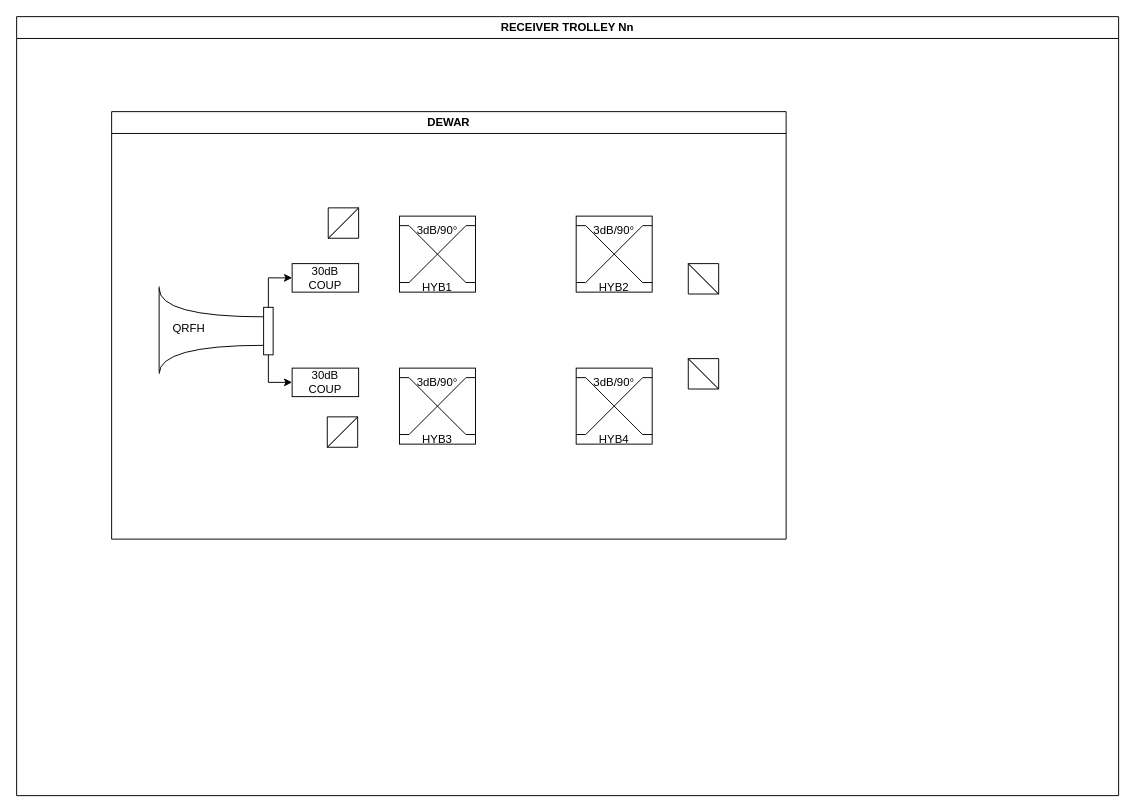
Above: vlbi_2_Nn_v02.drawio in faksdal/vlbi (draw.io), before the change. Source tidied: cells renumbered, new cells numbered last; positions are measured from the earlier drawing's top-left corner, leaving out a move shared by most shapes. Both pictures are drawn from the tidied source at 95%, with x=0, y=0 at pixel (16, 16).
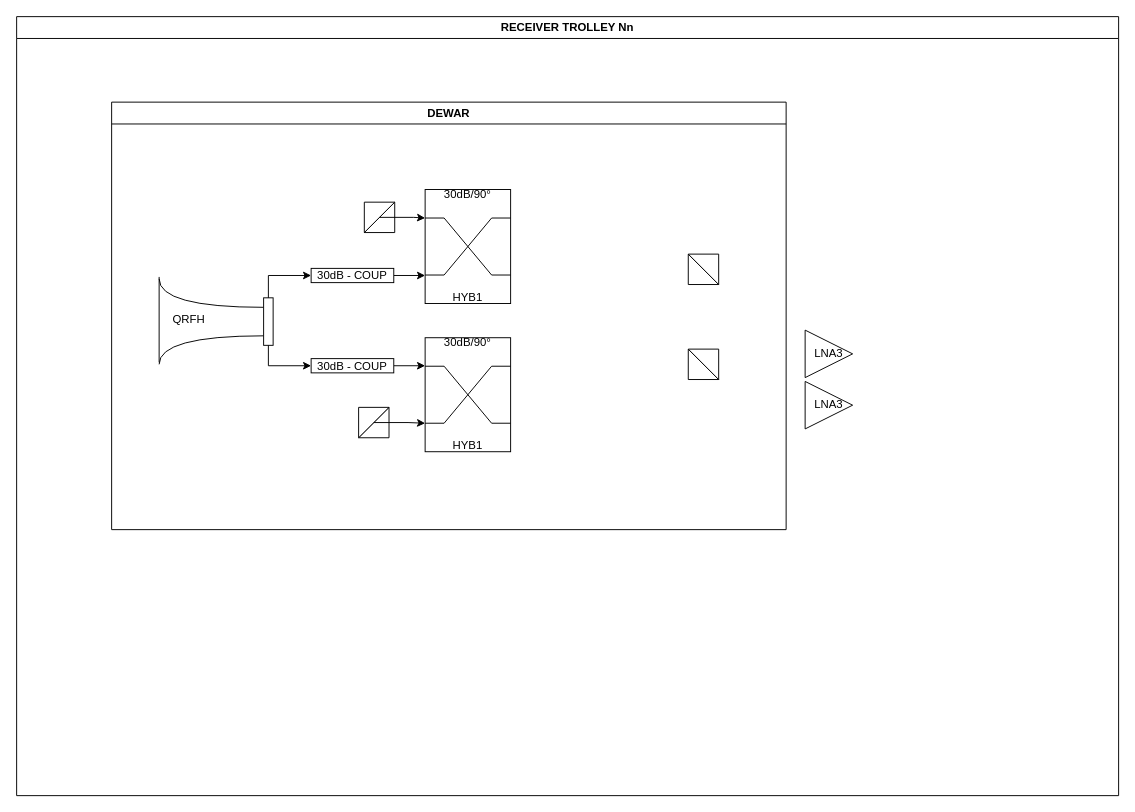
The same page after the edit.

Unchanged cells that the change refers to:
```xml
<mxCell id="2" value="RECEIVER TROLLEY Nn" style="swimlane;whiteSpace=wrap;html=1;" parent="1" vertex="1">
  <mxGeometry width="1160" height="820" as="geometry" />
</mxCell>
<mxCell id="7" style="rounded=0;whiteSpace=wrap;html=1;" parent="4" vertex="1">
  <mxGeometry x="110" y="22" width="10" height="50" as="geometry" />
</mxCell>
<mxCell id="56" style="verticalLabelPosition=bottom;verticalAlign=top;html=1;shape=mxgraph.basic.orthogonal_triangle;flipH=1;flipV=1;rotation=-90;fillStyle=solid;fillColor=light-dark(#FFFFFF,#000000);" parent="54" vertex="1">
  <mxGeometry y="-18.7" width="32" height="32" as="geometry" />
</mxCell>
<mxCell id="59" style="verticalLabelPosition=bottom;verticalAlign=top;html=1;shape=mxgraph.basic.orthogonal_triangle;flipH=1;flipV=1;rotation=-90;fillStyle=solid;fillColor=light-dark(#FFFFFF,#000000);" parent="57" vertex="1">
  <mxGeometry y="-18.7" width="32" height="32" as="geometry" />
</mxCell>
```

Change to the diagram source:
```diff
@@
     <mxCell id="3" value="DEWAR" style="swimlane;whiteSpace=wrap;html=1;" parent="2" vertex="1">
-      <mxGeometry x="100" y="100" width="710" height="450" as="geometry" />
+      <mxGeometry x="100" y="90" width="710" height="450" as="geometry" />
     </mxCell>
@@
-    <mxCell id="10" style="group;" parent="3" vertex="1">
-      <mxGeometry x="303" y="110" width="80" height="90" as="geometry" />
-    </mxCell>
-    <mxCell id="11" style="whiteSpace=wrap;html=1;" parent="10" vertex="1">
-      <mxGeometry width="80" height="80" as="geometry" />
-    </mxCell>
-    <mxCell id="12" style="endArrow=none;html=1;rounded=0;" parent="10" edge="1">
-      <mxGeometry relative="1" as="geometry">
-        <mxPoint y="10" as="sourcePoint" />
-        <mxPoint x="10" y="10" as="targetPoint" />
-      </mxGeometry>
-    </mxCell>
-    <mxCell id="13" style="endArrow=none;html=1;rounded=0;" parent="10" edge="1">
-      <mxGeometry relative="1" as="geometry">
-        <mxPoint x="70" y="69.9" as="sourcePoint" />
-        <mxPoint x="80" y="69.9" as="targetPoint" />
-      </mxGeometry>
-    </mxCell>
-    <mxCell id="14" style="endArrow=none;html=1;rounded=0;" parent="10" edge="1">
-      <mxGeometry relative="1" as="geometry">
-        <mxPoint x="70" y="70" as="sourcePoint" />
-        <mxPoint x="10" y="10" as="targetPoint" />
-      </mxGeometry>
-    </mxCell>
-    <mxCell id="15" style="endArrow=none;html=1;rounded=0;" parent="10" edge="1">
-      <mxGeometry relative="1" as="geometry">
-        <mxPoint x="80" y="10" as="sourcePoint" />
-        <mxPoint x="70" y="10" as="targetPoint" />
-      </mxGeometry>
-    </mxCell>
-    <mxCell id="16" style="endArrow=none;html=1;rounded=0;" parent="10" edge="1">
-      <mxGeometry relative="1" as="geometry">
-        <mxPoint x="10" y="69.9" as="sourcePoint" />
-        <mxPoint y="69.9" as="targetPoint" />
-      </mxGeometry>
-    </mxCell>
-    <mxCell id="17" style="endArrow=none;html=1;rounded=0;" parent="10" edge="1">
-      <mxGeometry relative="1" as="geometry">
-        <mxPoint x="10" y="70" as="sourcePoint" />
-        <mxPoint x="70" y="10" as="targetPoint" />
-      </mxGeometry>
-    </mxCell>
-    <mxCell id="18" value="HYB1" style="text;html=1;align=center;verticalAlign=middle;whiteSpace=wrap;rounded=0;" parent="10" vertex="1">
-      <mxGeometry x="10" y="60" width="60" height="30" as="geometry" />
-    </mxCell>
-    <mxCell id="19" value="3dB/90°" style="text;html=1;align=center;verticalAlign=middle;whiteSpace=wrap;rounded=0;" parent="10" vertex="1">
-      <mxGeometry x="10" width="60" height="30" as="geometry" />
-    </mxCell>
-    <mxCell id="20" style="group;" parent="3" vertex="1">
-      <mxGeometry x="489" y="110" width="80" height="90" as="geometry" />
-    </mxCell>
-    <mxCell id="21" style="whiteSpace=wrap;html=1;" parent="20" vertex="1">
-      <mxGeometry width="80" height="80" as="geometry" />
-    </mxCell>
-    <mxCell id="22" style="endArrow=none;html=1;rounded=0;" parent="20" edge="1">
-      <mxGeometry relative="1" as="geometry">
-        <mxPoint y="10" as="sourcePoint" />
-        <mxPoint x="10" y="10" as="targetPoint" />
-      </mxGeometry>
-    </mxCell>
-    <mxCell id="23" style="endArrow=none;html=1;rounded=0;" parent="20" edge="1">
-      <mxGeometry relative="1" as="geometry">
-        <mxPoint x="70" y="69.9" as="sourcePoint" />
-        <mxPoint x="80" y="69.9" as="targetPoint" />
-      </mxGeometry>
-    </mxCell>
-    <mxCell id="24" style="endArrow=none;html=1;rounded=0;" parent="20" edge="1">
-      <mxGeometry relative="1" as="geometry">
-        <mxPoint x="70" y="70" as="sourcePoint" />
-        <mxPoint x="10" y="10" as="targetPoint" />
-      </mxGeometry>
-    </mxCell>
-    <mxCell id="25" style="endArrow=none;html=1;rounded=0;" parent="20" edge="1">
-      <mxGeometry relative="1" as="geometry">
-        <mxPoint x="80" y="10" as="sourcePoint" />
-        <mxPoint x="70" y="10" as="targetPoint" />
-      </mxGeometry>
-    </mxCell>
-    <mxCell id="26" style="endArrow=none;html=1;rounded=0;" parent="20" edge="1">
-      <mxGeometry relative="1" as="geometry">
-        <mxPoint x="10" y="69.9" as="sourcePoint" />
-        <mxPoint y="69.9" as="targetPoint" />
-      </mxGeometry>
-    </mxCell>
-    <mxCell id="27" style="endArrow=none;html=1;rounded=0;" parent="20" edge="1">
-      <mxGeometry relative="1" as="geometry">
-        <mxPoint x="10" y="70" as="sourcePoint" />
-        <mxPoint x="70" y="10" as="targetPoint" />
-      </mxGeometry>
-    </mxCell>
-    <mxCell id="28" value="HYB2" style="text;html=1;align=center;verticalAlign=middle;whiteSpace=wrap;rounded=0;" parent="20" vertex="1">
-      <mxGeometry x="10" y="60" width="60" height="30" as="geometry" />
-    </mxCell>
-    <mxCell id="29" value="3dB/90°" style="text;html=1;align=center;verticalAlign=middle;whiteSpace=wrap;rounded=0;" parent="20" vertex="1">
-      <mxGeometry x="10" width="60" height="30" as="geometry" />
-    </mxCell>
-    <mxCell id="30" style="group;" parent="3" vertex="1">
-      <mxGeometry x="489" y="270" width="80" height="90" as="geometry" />
-    </mxCell>
-    <mxCell id="31" style="whiteSpace=wrap;html=1;" parent="30" vertex="1">
-      <mxGeometry width="80" height="80" as="geometry" />
-    </mxCell>
-    <mxCell id="32" style="endArrow=none;html=1;rounded=0;" parent="30" edge="1">
-      <mxGeometry relative="1" as="geometry">
-        <mxPoint y="10" as="sourcePoint" />
-        <mxPoint x="10" y="10" as="targetPoint" />
-      </mxGeometry>
-    </mxCell>
-    <mxCell id="33" style="endArrow=none;html=1;rounded=0;" parent="30" edge="1">
-      <mxGeometry relative="1" as="geometry">
-        <mxPoint x="70" y="69.9" as="sourcePoint" />
-        <mxPoint x="80" y="69.9" as="targetPoint" />
-      </mxGeometry>
-    </mxCell>
-    <mxCell id="34" style="endArrow=none;html=1;rounded=0;" parent="30" edge="1">
-      <mxGeometry relative="1" as="geometry">
-        <mxPoint x="70" y="70" as="sourcePoint" />
-        <mxPoint x="10" y="10" as="targetPoint" />
-      </mxGeometry>
-    </mxCell>
-    <mxCell id="35" style="endArrow=none;html=1;rounded=0;" parent="30" edge="1">
-      <mxGeometry relative="1" as="geometry">
-        <mxPoint x="80" y="10" as="sourcePoint" />
-        <mxPoint x="70" y="10" as="targetPoint" />
-      </mxGeometry>
-    </mxCell>
-    <mxCell id="36" style="endArrow=none;html=1;rounded=0;" parent="30" edge="1">
-      <mxGeometry relative="1" as="geometry">
-        <mxPoint x="10" y="69.9" as="sourcePoint" />
-        <mxPoint y="69.9" as="targetPoint" />
-      </mxGeometry>
-    </mxCell>
-    <mxCell id="37" style="endArrow=none;html=1;rounded=0;" parent="30" edge="1">
-      <mxGeometry relative="1" as="geometry">
-        <mxPoint x="10" y="70" as="sourcePoint" />
-        <mxPoint x="70" y="10" as="targetPoint" />
-      </mxGeometry>
-    </mxCell>
-    <mxCell id="38" value="HYB4" style="text;html=1;align=center;verticalAlign=middle;whiteSpace=wrap;rounded=0;" parent="30" vertex="1">
-      <mxGeometry x="10" y="60" width="60" height="30" as="geometry" />
-    </mxCell>
-    <mxCell id="39" value="3dB/90°" style="text;html=1;align=center;verticalAlign=middle;whiteSpace=wrap;rounded=0;" parent="30" vertex="1">
-      <mxGeometry x="10" width="60" height="30" as="geometry" />
-    </mxCell>
-    <mxCell id="40" style="group;" parent="3" vertex="1">
-      <mxGeometry x="303" y="270" width="80" height="90" as="geometry" />
-    </mxCell>
-    <mxCell id="41" style="whiteSpace=wrap;html=1;" parent="40" vertex="1">
-      <mxGeometry width="80" height="80" as="geometry" />
-    </mxCell>
-    <mxCell id="42" style="endArrow=none;html=1;rounded=0;" parent="40" edge="1">
-      <mxGeometry relative="1" as="geometry">
-        <mxPoint y="10" as="sourcePoint" />
-        <mxPoint x="10" y="10" as="targetPoint" />
-      </mxGeometry>
-    </mxCell>
-    <mxCell id="43" style="endArrow=none;html=1;rounded=0;" parent="40" edge="1">
-      <mxGeometry relative="1" as="geometry">
-        <mxPoint x="70" y="69.9" as="sourcePoint" />
-        <mxPoint x="80" y="69.9" as="targetPoint" />
-      </mxGeometry>
-    </mxCell>
-    <mxCell id="44" style="endArrow=none;html=1;rounded=0;" parent="40" edge="1">
-      <mxGeometry relative="1" as="geometry">
-        <mxPoint x="70" y="70" as="sourcePoint" />
-        <mxPoint x="10" y="10" as="targetPoint" />
-      </mxGeometry>
-    </mxCell>
-    <mxCell id="45" style="endArrow=none;html=1;rounded=0;" parent="40" edge="1">
-      <mxGeometry relative="1" as="geometry">
-        <mxPoint x="80" y="10" as="sourcePoint" />
-        <mxPoint x="70" y="10" as="targetPoint" />
-      </mxGeometry>
-    </mxCell>
-    <mxCell id="46" style="endArrow=none;html=1;rounded=0;" parent="40" edge="1">
-      <mxGeometry relative="1" as="geometry">
-        <mxPoint x="10" y="69.9" as="sourcePoint" />
-        <mxPoint y="69.9" as="targetPoint" />
-      </mxGeometry>
-    </mxCell>
-    <mxCell id="47" style="endArrow=none;html=1;rounded=0;" parent="40" edge="1">
-      <mxGeometry relative="1" as="geometry">
-        <mxPoint x="10" y="70" as="sourcePoint" />
-        <mxPoint x="70" y="10" as="targetPoint" />
-      </mxGeometry>
-    </mxCell>
-    <mxCell id="48" value="HYB3" style="text;html=1;align=center;verticalAlign=middle;whiteSpace=wrap;rounded=0;" parent="40" vertex="1">
-      <mxGeometry x="10" y="60" width="60" height="30" as="geometry" />
-    </mxCell>
-    <mxCell id="49" value="3dB/90°" style="text;html=1;align=center;verticalAlign=middle;whiteSpace=wrap;rounded=0;" parent="40" vertex="1">
-      <mxGeometry x="10" width="60" height="30" as="geometry" />
-    </mxCell>
+    <mxCell id="66" style="edgeStyle=orthogonalEdgeStyle;rounded=0;jettySize=auto;html=1;exitX=1;exitY=0.5;exitDx=0;exitDy=0;entryX=0;entryY=0.75;entryDx=0;entryDy=0;" parent="3" edge="1" source="50" target="70">
+      <mxGeometry relative="1" as="geometry" />
+    </mxCell>
-    <mxCell id="50" value="&lt;div&gt;30dB&lt;/div&gt;&lt;div&gt;COUP&lt;/div&gt;" style="rounded=0;whiteSpace=wrap;html=1;" parent="3" vertex="1">
-      <mxGeometry x="190" y="160" width="70" height="30" as="geometry" />
+    <mxCell id="50" value="&lt;div&gt;30dB - COUP&lt;/div&gt;" style="rounded=0;whiteSpace=wrap;html=1;" parent="3" vertex="1">
+      <mxGeometry x="210" y="175" width="87" height="15" as="geometry" />
     </mxCell>
-    <mxCell id="51" value="&lt;div&gt;30dB&lt;/div&gt;&lt;div&gt;COUP&lt;/div&gt;" style="rounded=0;whiteSpace=wrap;html=1;" parent="3" vertex="1">
-      <mxGeometry x="190" y="270" width="70" height="30" as="geometry" />
-    </mxCell>
-    <mxCell id="52" style="edgeStyle=orthogonalEdgeStyle;rounded=0;jettySize=auto;html=1;exitX=0.5;exitY=0;exitDx=0;exitDy=0;entryX=0;entryY=0.5;entryDx=0;entryDy=0;" parent="3" edge="1" source="7" target="50">
-      <mxGeometry relative="1" as="geometry">
-        <Array as="points">
-          <mxPoint x="165" y="175" />
-        </Array>
-      </mxGeometry>
-    </mxCell>
-    <mxCell id="53" style="edgeStyle=orthogonalEdgeStyle;rounded=0;jettySize=auto;html=1;exitX=0.5;exitY=1;exitDx=0;exitDy=0;entryX=0;entryY=0.5;entryDx=0;entryDy=0;" parent="3" edge="1" source="7" target="51">
-      <mxGeometry relative="1" as="geometry">
-        <Array as="points">
-          <mxPoint x="165" y="285" />
-        </Array>
-      </mxGeometry>
-    </mxCell>
     <mxCell id="54" style="group;rotation=-90;" parent="3" vertex="1">
-      <mxGeometry x="228" y="120" width="20" height="20" as="geometry" />
+      <mxGeometry x="266" y="124" width="20" height="20" as="geometry" />
     </mxCell>
@@
     <mxCell id="57" style="group;rotation=-90;" parent="3" vertex="1">
-      <mxGeometry x="227" y="340" width="20" height="20" as="geometry" />
+      <mxGeometry x="260" y="340" width="20" height="20" as="geometry" />
     </mxCell>
@@
+    <mxCell id="67" style="edgeStyle=orthogonalEdgeStyle;rounded=0;jettySize=auto;html=1;exitX=1;exitY=0.5;exitDx=0;exitDy=0;entryX=0;entryY=0.25;entryDx=0;entryDy=0;" parent="3" edge="1" source="68" target="80">
+      <mxGeometry relative="1" as="geometry" />
+    </mxCell>
+    <mxCell id="68" value="&lt;div&gt;30dB - COUP&lt;/div&gt;" style="rounded=0;whiteSpace=wrap;html=1;" parent="3" vertex="1">
+      <mxGeometry x="210" y="270" width="87" height="15" as="geometry" />
+    </mxCell>
+    <mxCell id="69" style="group;" parent="3" vertex="1">
+      <mxGeometry x="330" y="92" width="90" height="120" as="geometry" />
+    </mxCell>
+    <mxCell id="70" style="rounded=0;whiteSpace=wrap;html=1;" parent="69" vertex="1">
+      <mxGeometry width="90" height="120" as="geometry" />
+    </mxCell>
+    <mxCell id="71" value="HYB1" style="text;html=1;align=center;verticalAlign=middle;whiteSpace=wrap;rounded=0;" parent="69" vertex="1">
+      <mxGeometry x="15" y="109" width="60" height="10" as="geometry" />
+    </mxCell>
+    <mxCell id="72" value="30dB/90°" style="text;html=1;align=center;verticalAlign=middle;whiteSpace=wrap;rounded=0;" parent="69" vertex="1">
+      <mxGeometry x="15" width="60" height="10" as="geometry" />
+    </mxCell>
+    <mxCell id="73" style="endArrow=none;html=1;rounded=0;entryX=1;entryY=0.25;entryDx=0;entryDy=0;exitX=0.778;exitY=0.25;exitDx=0;exitDy=0;exitPerimeter=0;" parent="69" edge="1" source="70" target="70">
+      <mxGeometry relative="1" as="geometry" />
+    </mxCell>
+    <mxCell id="74" style="endArrow=none;html=1;rounded=0;entryX=1;entryY=0.25;entryDx=0;entryDy=0;exitX=0.778;exitY=0.25;exitDx=0;exitDy=0;exitPerimeter=0;" parent="69" edge="1">
+      <mxGeometry relative="1" as="geometry">
+        <mxPoint y="90" as="sourcePoint" />
+        <mxPoint x="20" y="90" as="targetPoint" />
+      </mxGeometry>
+    </mxCell>
+    <mxCell id="75" style="endArrow=none;html=1;rounded=0;entryX=1;entryY=0.25;entryDx=0;entryDy=0;exitX=0.778;exitY=0.25;exitDx=0;exitDy=0;exitPerimeter=0;" parent="69" edge="1">
+      <mxGeometry relative="1" as="geometry">
+        <mxPoint x="70" y="90" as="sourcePoint" />
+        <mxPoint x="90" y="90" as="targetPoint" />
+      </mxGeometry>
+    </mxCell>
+    <mxCell id="76" style="endArrow=none;html=1;rounded=0;entryX=1;entryY=0.25;entryDx=0;entryDy=0;exitX=0.778;exitY=0.25;exitDx=0;exitDy=0;exitPerimeter=0;" parent="69" edge="1">
+      <mxGeometry relative="1" as="geometry">
+        <mxPoint y="30" as="sourcePoint" />
+        <mxPoint x="20" y="30" as="targetPoint" />
+      </mxGeometry>
+    </mxCell>
+    <mxCell id="77" style="endArrow=none;html=1;rounded=0;" parent="69" edge="1">
+      <mxGeometry relative="1" as="geometry">
+        <mxPoint x="20" y="90" as="sourcePoint" />
+        <mxPoint x="70" y="30" as="targetPoint" />
+      </mxGeometry>
+    </mxCell>
+    <mxCell id="78" style="endArrow=none;html=1;rounded=0;" parent="69" edge="1">
+      <mxGeometry relative="1" as="geometry">
+        <mxPoint x="70" y="90" as="sourcePoint" />
+        <mxPoint x="20" y="30" as="targetPoint" />
+      </mxGeometry>
+    </mxCell>
+    <mxCell id="79" style="group;" parent="3" vertex="1">
+      <mxGeometry x="330" y="248" width="90" height="120" as="geometry" />
+    </mxCell>
+    <mxCell id="80" style="rounded=0;whiteSpace=wrap;html=1;" parent="79" vertex="1">
+      <mxGeometry width="90" height="120" as="geometry" />
+    </mxCell>
+    <mxCell id="81" value="HYB1" style="text;html=1;align=center;verticalAlign=middle;whiteSpace=wrap;rounded=0;" parent="79" vertex="1">
+      <mxGeometry x="15" y="109" width="60" height="10" as="geometry" />
+    </mxCell>
+    <mxCell id="82" value="30dB/90°" style="text;html=1;align=center;verticalAlign=middle;whiteSpace=wrap;rounded=0;" parent="79" vertex="1">
+      <mxGeometry x="15" width="60" height="10" as="geometry" />
+    </mxCell>
+    <mxCell id="83" style="endArrow=none;html=1;rounded=0;entryX=1;entryY=0.25;entryDx=0;entryDy=0;exitX=0.778;exitY=0.25;exitDx=0;exitDy=0;exitPerimeter=0;" parent="79" edge="1" source="80" target="80">
+      <mxGeometry relative="1" as="geometry" />
+    </mxCell>
+    <mxCell id="84" style="endArrow=none;html=1;rounded=0;entryX=1;entryY=0.25;entryDx=0;entryDy=0;exitX=0.778;exitY=0.25;exitDx=0;exitDy=0;exitPerimeter=0;" parent="79" edge="1">
+      <mxGeometry relative="1" as="geometry">
+        <mxPoint y="90" as="sourcePoint" />
+        <mxPoint x="20" y="90" as="targetPoint" />
+      </mxGeometry>
+    </mxCell>
+    <mxCell id="85" style="endArrow=none;html=1;rounded=0;entryX=1;entryY=0.25;entryDx=0;entryDy=0;exitX=0.778;exitY=0.25;exitDx=0;exitDy=0;exitPerimeter=0;" parent="79" edge="1">
+      <mxGeometry relative="1" as="geometry">
+        <mxPoint x="70" y="90" as="sourcePoint" />
+        <mxPoint x="90" y="90" as="targetPoint" />
+      </mxGeometry>
+    </mxCell>
+    <mxCell id="86" style="endArrow=none;html=1;rounded=0;entryX=1;entryY=0.25;entryDx=0;entryDy=0;exitX=0.778;exitY=0.25;exitDx=0;exitDy=0;exitPerimeter=0;" parent="79" edge="1">
+      <mxGeometry relative="1" as="geometry">
+        <mxPoint y="30" as="sourcePoint" />
+        <mxPoint x="20" y="30" as="targetPoint" />
+      </mxGeometry>
+    </mxCell>
+    <mxCell id="87" style="endArrow=none;html=1;rounded=0;" parent="79" edge="1">
+      <mxGeometry relative="1" as="geometry">
+        <mxPoint x="20" y="90" as="sourcePoint" />
+        <mxPoint x="70" y="30" as="targetPoint" />
+      </mxGeometry>
+    </mxCell>
+    <mxCell id="88" style="endArrow=none;html=1;rounded=0;" parent="79" edge="1">
+      <mxGeometry relative="1" as="geometry">
+        <mxPoint x="70" y="90" as="sourcePoint" />
+        <mxPoint x="20" y="30" as="targetPoint" />
+      </mxGeometry>
+    </mxCell>
+    <mxCell id="89" style="edgeStyle=orthogonalEdgeStyle;rounded=0;jettySize=auto;html=1;exitX=0.5;exitY=1;exitDx=0;exitDy=0;entryX=0;entryY=0.5;entryDx=0;entryDy=0;" parent="3" edge="1" source="7" target="68">
+      <mxGeometry relative="1" as="geometry" />
+    </mxCell>
+    <mxCell id="52" style="edgeStyle=orthogonalEdgeStyle;rounded=0;jettySize=auto;html=1;exitX=0.5;exitY=0;exitDx=0;exitDy=0;entryX=0;entryY=0.5;entryDx=0;entryDy=0;" parent="3" edge="1" source="7" target="50">
+      <mxGeometry relative="1" as="geometry" />
+    </mxCell>
+    <mxCell id="90" style="edgeStyle=orthogonalEdgeStyle;rounded=0;jettySize=auto;html=1;exitX=0.5;exitY=0.5;exitDx=0;exitDy=0;exitPerimeter=0;entryX=0;entryY=0.25;entryDx=0;entryDy=0;" parent="3" edge="1" source="56" target="70">
+      <mxGeometry relative="1" as="geometry" />
+    </mxCell>
+    <mxCell id="91" style="edgeStyle=orthogonalEdgeStyle;rounded=0;jettySize=auto;html=1;exitX=0.5;exitY=0.5;exitDx=0;exitDy=0;exitPerimeter=0;entryX=0;entryY=0.75;entryDx=0;entryDy=0;" parent="3" edge="1" source="59" target="80">
+      <mxGeometry relative="1" as="geometry" />
+    </mxCell>
+    <mxCell id="92" value="LNA3" style="triangle;whiteSpace=wrap;html=1;" parent="2" vertex="1">
+      <mxGeometry x="830" y="330" width="50" height="50" as="geometry" />
+    </mxCell>
+    <mxCell id="93" value="LNA3" style="triangle;whiteSpace=wrap;html=1;" parent="2" vertex="1">
+      <mxGeometry x="830" y="384" width="50" height="50" as="geometry" />
+    </mxCell>
```
